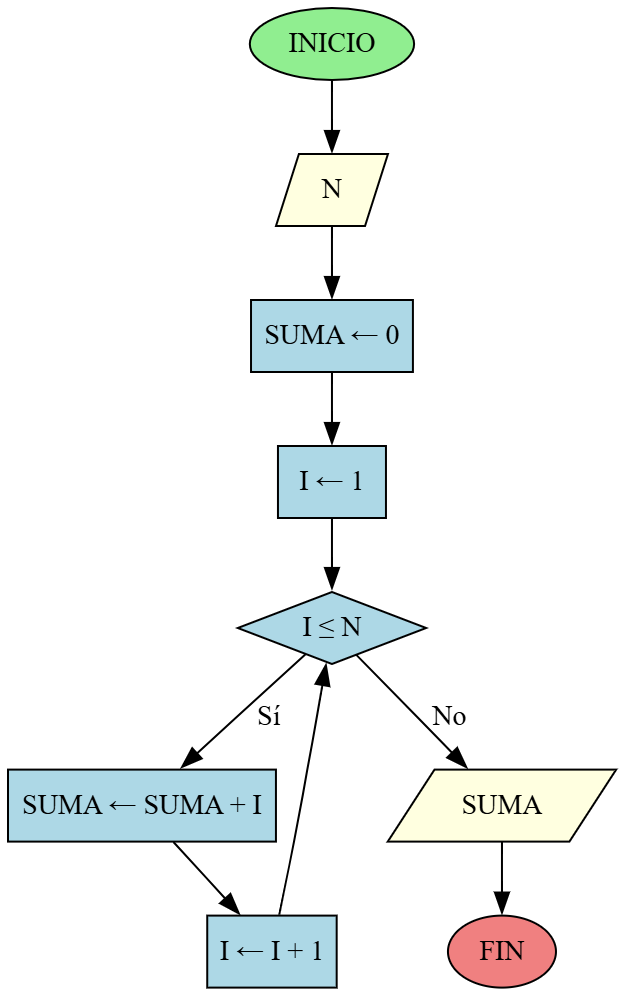
This is images/problema_ps_3_1.png from D1egoXD/JAVA-TICS, a Graphviz export, as it was before one commit. Its source is kept beside it as diagramas/problema_ps_3_1.dot.
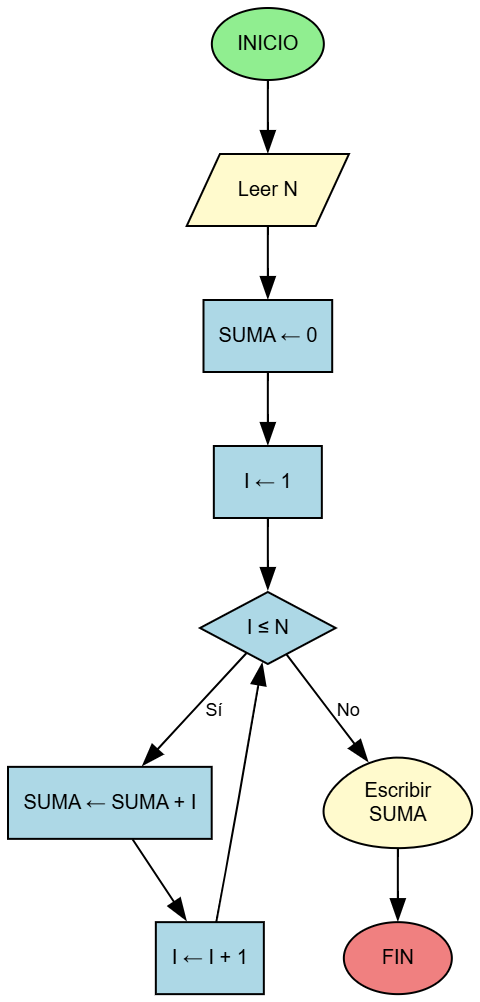
The same file after the commit.

Commit message:
Actualizar PS 3.1 - Suma de N números naturales

What changed in the source:
```diff
@@ -1,24 +1,25 @@
-digraph problema_ps_3_1 {
+digraph SumaNNumeros {
     rankdir=TB;
-    node [shape=box, style=filled];
+    node [shape=box, style=filled, fontname="Arial", fontsize=10];
+    edge [fontname="Arial", fontsize=9];
 
-    inicio [label="INICIO", shape=oval, fillcolor=lightgreen];
-    input_n [label="N", shape=parallelogram, fillcolor=lightyellow];
-    init_suma [label="SUMA ← 0", fillcolor=lightblue];
-    init_i [label="I ← 1", fillcolor=lightblue];
-    ciclo [label="I ≤ N", shape=diamond, fillcolor=lightblue];
-    acumular [label="SUMA ← SUMA + I", fillcolor=lightblue];
-    incremento [label="I ← I + 1", fillcolor=lightblue];
-    output [label="SUMA", shape=parallelogram, fillcolor=lightyellow];
-    fin [label="FIN", shape=oval, fillcolor=lightcoral];
+    inicio [label="INICIO", shape=oval, fillcolor="#90EE90", color=black, fontcolor=black];
+    leerN [label="Leer N", shape=parallelogram, fillcolor="#FFFACD", color=black, fontcolor=black];
+    initSuma [label="SUMA ← 0", shape=box, fillcolor="#ADD8E6", color=black, fontcolor=black];
+    initI [label="I ← 1", shape=box, fillcolor="#ADD8E6", color=black, fontcolor=black];
+    ciclo [label="I ≤ N", shape=diamond, fillcolor="#ADD8E6", color=black, fontcolor=black];
+    acumular [label="SUMA ← SUMA + I", shape=box, fillcolor="#ADD8E6", color=black, fontcolor=black];
+    incremento [label="I ← I + 1", shape=box, fillcolor="#ADD8E6", color=black, fontcolor=black];
+    escribir [label="Escribir\nSUMA", shape=egg, fillcolor="#FFFACD", color=black, fontcolor=black];
+    fin [label="FIN", shape=oval, fillcolor="#F08080", color=black, fontcolor=black];
 
-    inicio -> input_n;
-    input_n -> init_suma;
-    init_suma -> init_i;
-    init_i -> ciclo;
+    inicio -> leerN;
+    leerN -> initSuma;
+    initSuma -> initI;
+    initI -> ciclo;
     ciclo -> acumular [label="Sí"];
-    ciclo -> output [label="No"];
+    ciclo -> escribir [label="No"];
     acumular -> incremento;
     incremento -> ciclo;
-    output -> fin;
+    escribir -> fin;
 }
```
